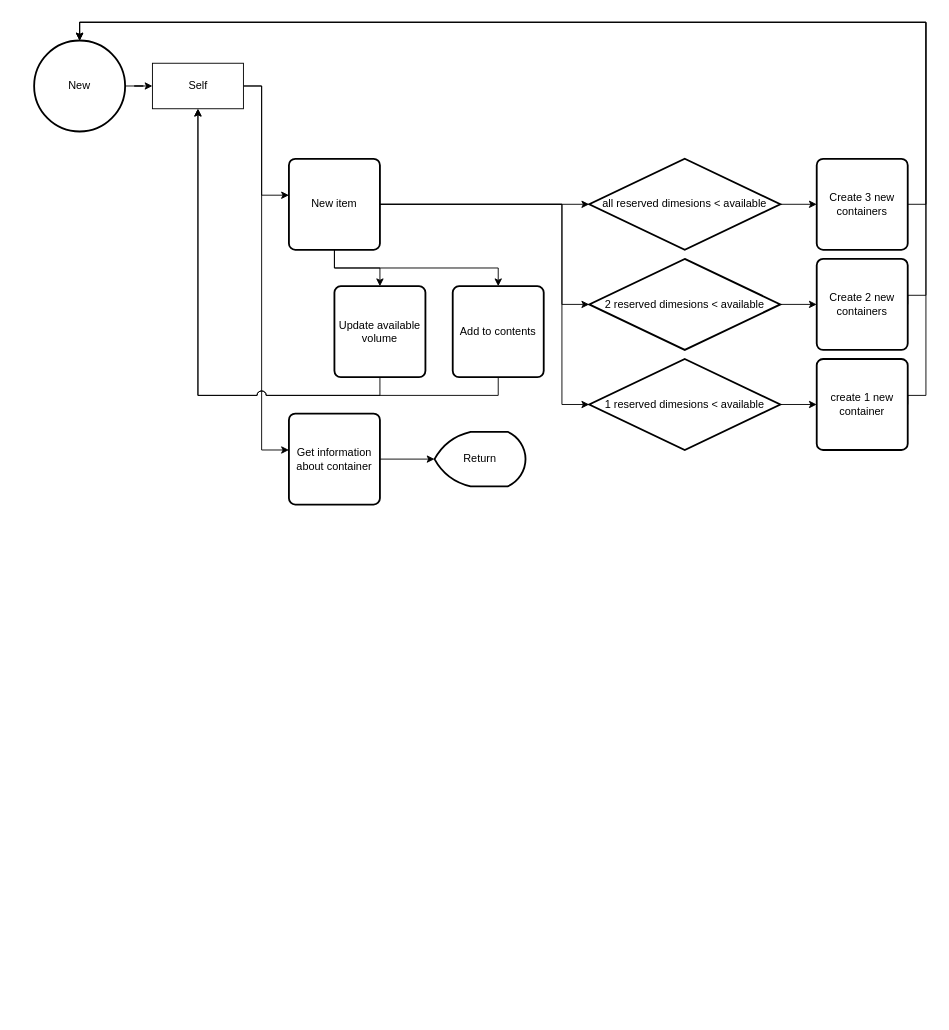
The draw.io diagram Notes/Container.drawio in perryBunn/senior-design, before the edit. Source tidied: cells renumbered, new cells numbered last; positions are measured from the earlier drawing's top-left corner, leaving out a move shared by most shapes. Both pictures are drawn from the tidied source at 91%, with x=0, y=0 at pixel (34, 22).
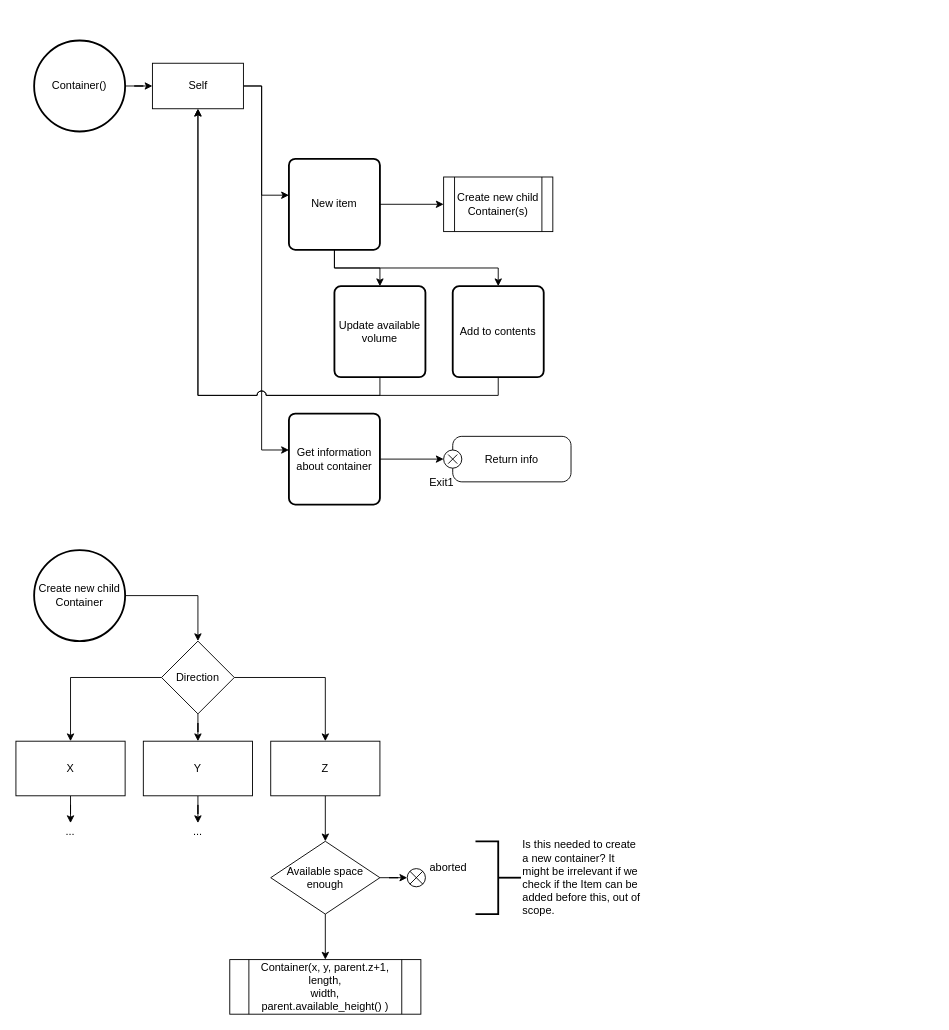
The same page after the edit.

Commit message (it also covers changes not shown here):
ADDITION: Starting to test Container and Item integration

Unchanged cells that the change refers to:
```xml
<mxCell id="21" value="New item" style="rounded=1;whiteSpace=wrap;html=1;absoluteArcSize=1;arcSize=14;strokeWidth=2;" parent="1" vertex="1">
  <mxGeometry x="280" y="150" width="100" height="100" as="geometry" />
</mxCell>
<mxCell id="29" value="Get information&lt;br&gt;about container" style="rounded=1;whiteSpace=wrap;html=1;absoluteArcSize=1;arcSize=14;strokeWidth=2;" parent="1" vertex="1">
  <mxGeometry x="280" y="430" width="100" height="100" as="geometry" />
</mxCell>
```

What changed in the source:
```diff
@@
-    <mxCell id="3" value="New" style="strokeWidth=2;html=1;shape=mxgraph.flowchart.start_2;whiteSpace=wrap;" parent="1" vertex="1">
+    <mxCell id="3" value="Container()" style="strokeWidth=2;html=1;shape=mxgraph.flowchart.start_2;whiteSpace=wrap;" parent="1" vertex="1">
       <mxGeometry y="20" width="100" height="100" as="geometry" />
     </mxCell>
-    <mxCell id="4" style="edgeStyle=orthogonalEdgeStyle;rounded=0;jettySize=auto;html=1;" parent="1" edge="1" source="5" target="13">
-      <mxGeometry relative="1" as="geometry" />
-    </mxCell>
-    <mxCell id="5" value="all reserved dimesions &amp;lt; available" style="strokeWidth=2;html=1;shape=mxgraph.flowchart.decision;whiteSpace=wrap;" parent="1" vertex="1">
-      <mxGeometry x="610" y="150" width="210" height="100" as="geometry" />
-    </mxCell>
-    <mxCell id="6" style="edgeStyle=orthogonalEdgeStyle;rounded=0;jettySize=auto;html=1;" parent="1" edge="1" source="7" target="11">
-      <mxGeometry relative="1" as="geometry" />
-    </mxCell>
-    <mxCell id="7" value="2 reserved dimesions &amp;lt; available" style="strokeWidth=2;html=1;shape=mxgraph.flowchart.decision;whiteSpace=wrap;" parent="1" vertex="1">
-      <mxGeometry x="610" y="260" width="210" height="100" as="geometry" />
-    </mxCell>
-    <mxCell id="8" style="edgeStyle=orthogonalEdgeStyle;rounded=0;jettySize=auto;html=1;" parent="1" edge="1" source="9" target="15">
-      <mxGeometry relative="1" as="geometry" />
-    </mxCell>
-    <mxCell id="9" value="1 reserved dimesions &amp;lt; available" style="strokeWidth=2;html=1;shape=mxgraph.flowchart.decision;whiteSpace=wrap;" parent="1" vertex="1">
-      <mxGeometry x="610" y="370" width="210" height="100" as="geometry" />
-    </mxCell>
-    <mxCell id="10" style="edgeStyle=orthogonalEdgeStyle;rounded=0;jettySize=auto;html=1;exitX=1;exitY=0.5;exitDx=0;exitDy=0;" parent="1" edge="1" source="11" target="3">
-      <mxGeometry relative="1" as="geometry">
-        <Array as="points">
-          <mxPoint x="960" y="300" />
-          <mxPoint x="980" y="300" />
-          <mxPoint x="980" />
-          <mxPoint x="50" />
-        </Array>
-      </mxGeometry>
-    </mxCell>
-    <mxCell id="11" value="Create 2 new containers" style="rounded=1;whiteSpace=wrap;html=1;absoluteArcSize=1;arcSize=14;strokeWidth=2;" parent="1" vertex="1">
-      <mxGeometry x="860" y="260" width="100" height="100" as="geometry" />
-    </mxCell>
-    <mxCell id="12" style="edgeStyle=orthogonalEdgeStyle;rounded=0;jettySize=auto;html=1;exitX=1;exitY=0.5;exitDx=0;exitDy=0;entryX=0.5;entryY=0;entryDx=0;entryDy=0;entryPerimeter=0;" parent="1" edge="1" source="13" target="3">
-      <mxGeometry relative="1" as="geometry" />
-    </mxCell>
-    <mxCell id="13" value="Create 3 new containers" style="rounded=1;whiteSpace=wrap;html=1;absoluteArcSize=1;arcSize=14;strokeWidth=2;" parent="1" vertex="1">
-      <mxGeometry x="860" y="150" width="100" height="100" as="geometry" />
-    </mxCell>
-    <mxCell id="14" style="edgeStyle=orthogonalEdgeStyle;rounded=0;jettySize=auto;html=1;exitX=1;exitY=0.5;exitDx=0;exitDy=0;" parent="1" edge="1" source="15" target="3">
-      <mxGeometry relative="1" as="geometry">
-        <Array as="points">
-          <mxPoint x="960" y="410" />
-          <mxPoint x="980" y="410" />
-          <mxPoint x="980" />
-          <mxPoint x="50" />
-        </Array>
-      </mxGeometry>
-    </mxCell>
-    <mxCell id="15" value="create 1 new container" style="rounded=1;whiteSpace=wrap;html=1;absoluteArcSize=1;arcSize=14;strokeWidth=2;" parent="1" vertex="1">
-      <mxGeometry x="860" y="370" width="100" height="100" as="geometry" />
-    </mxCell>
@@
-    <mxCell id="18" style="edgeStyle=orthogonalEdgeStyle;rounded=0;jumpStyle=arc;jumpSize=10;jettySize=auto;html=1;" parent="1" edge="1" source="21" target="5">
-      <mxGeometry relative="1" as="geometry" />
-    </mxCell>
-    <mxCell id="19" style="edgeStyle=orthogonalEdgeStyle;rounded=0;jumpStyle=arc;jumpSize=10;jettySize=auto;html=1;" parent="1" edge="1" source="21" target="7">
-      <mxGeometry relative="1" as="geometry">
-        <Array as="points">
-          <mxPoint x="580" y="200" />
-          <mxPoint x="580" y="310" />
-        </Array>
-      </mxGeometry>
-    </mxCell>
-    <mxCell id="20" style="edgeStyle=orthogonalEdgeStyle;rounded=0;jumpStyle=arc;jumpSize=10;jettySize=auto;html=1;" parent="1" edge="1" source="21" target="9">
-      <mxGeometry relative="1" as="geometry">
-        <Array as="points">
-          <mxPoint x="580" y="200" />
-          <mxPoint x="580" y="420" />
-        </Array>
-      </mxGeometry>
-    </mxCell>
+    <mxCell id="32" style="edgeStyle=orthogonalEdgeStyle;rounded=0;jettySize=auto;html=1;" parent="1" edge="1" source="21" target="53">
+      <mxGeometry relative="1" as="geometry" />
+    </mxCell>
@@
-    <mxCell id="28" style="edgeStyle=orthogonalEdgeStyle;rounded=0;jumpStyle=arc;jumpSize=10;jettySize=auto;html=1;" parent="1" edge="1" source="29" target="30">
-      <mxGeometry relative="1" as="geometry" />
-    </mxCell>
+    <mxCell id="33" style="edgeStyle=orthogonalEdgeStyle;rounded=0;jettySize=auto;html=1;" parent="1" edge="1" source="29" target="51">
+      <mxGeometry relative="1" as="geometry" />
+    </mxCell>
@@
-    <mxCell id="30" value="Return" style="strokeWidth=2;html=1;shape=mxgraph.flowchart.display;whiteSpace=wrap;" parent="1" vertex="1">
-      <mxGeometry x="440" y="450" width="100" height="60" as="geometry" />
-    </mxCell>
@@
+    <mxCell id="34" style="edgeStyle=orthogonalEdgeStyle;rounded=0;jettySize=auto;html=1;" parent="1" edge="1" source="37" target="39">
+      <mxGeometry relative="1" as="geometry" />
+    </mxCell>
+    <mxCell id="35" style="edgeStyle=orthogonalEdgeStyle;rounded=0;jettySize=auto;html=1;" parent="1" edge="1" source="37" target="41">
+      <mxGeometry relative="1" as="geometry" />
+    </mxCell>
+    <mxCell id="36" style="edgeStyle=orthogonalEdgeStyle;rounded=0;jettySize=auto;html=1;" parent="1" edge="1" source="37" target="43">
+      <mxGeometry relative="1" as="geometry" />
+    </mxCell>
+    <mxCell id="37" value="Direction" style="rhombus;whiteSpace=wrap;html=1;" parent="1" vertex="1">
+      <mxGeometry x="140" y="680" width="80" height="80" as="geometry" />
+    </mxCell>
+    <mxCell id="38" style="edgeStyle=orthogonalEdgeStyle;rounded=0;jettySize=auto;html=1;" parent="1" edge="1" source="39" target="45">
+      <mxGeometry relative="1" as="geometry" />
+    </mxCell>
+    <mxCell id="39" value="Y" style="rounded=0;whiteSpace=wrap;html=1;" parent="1" vertex="1">
+      <mxGeometry x="120" y="790" width="120" height="60" as="geometry" />
+    </mxCell>
+    <mxCell id="40" style="edgeStyle=orthogonalEdgeStyle;rounded=0;jettySize=auto;html=1;" parent="1" edge="1" source="41" target="44">
+      <mxGeometry relative="1" as="geometry" />
+    </mxCell>
+    <mxCell id="41" value="X" style="rounded=0;whiteSpace=wrap;html=1;" parent="1" vertex="1">
+      <mxGeometry x="-20" y="790" width="120" height="60" as="geometry" />
+    </mxCell>
+    <mxCell id="42" style="edgeStyle=orthogonalEdgeStyle;rounded=0;jettySize=auto;html=1;" parent="1" edge="1" source="43" target="48">
+      <mxGeometry relative="1" as="geometry" />
+    </mxCell>
+    <mxCell id="43" value="Z" style="rounded=0;whiteSpace=wrap;html=1;" parent="1" vertex="1">
+      <mxGeometry x="260" y="790" width="120" height="60" as="geometry" />
+    </mxCell>
+    <mxCell id="44" value="..." style="text;html=1;strokeColor=none;fillColor=none;align=center;verticalAlign=middle;whiteSpace=wrap;rounded=0;" parent="1" vertex="1">
+      <mxGeometry x="20" y="880" width="40" height="20" as="geometry" />
+    </mxCell>
+    <mxCell id="45" value="..." style="text;html=1;strokeColor=none;fillColor=none;align=center;verticalAlign=middle;whiteSpace=wrap;rounded=0;" parent="1" vertex="1">
+      <mxGeometry x="160" y="880" width="40" height="20" as="geometry" />
+    </mxCell>
+    <mxCell id="46" style="edgeStyle=orthogonalEdgeStyle;rounded=0;jettySize=auto;html=1;" parent="1" edge="1" source="48" target="49">
+      <mxGeometry relative="1" as="geometry" />
+    </mxCell>
+    <mxCell id="47" style="edgeStyle=orthogonalEdgeStyle;rounded=0;jettySize=auto;html=1;" parent="1" edge="1" source="48" target="50">
+      <mxGeometry relative="1" as="geometry" />
+    </mxCell>
+    <mxCell id="48" value="Available space enough" style="rhombus;whiteSpace=wrap;html=1;" parent="1" vertex="1">
+      <mxGeometry x="260" y="900" width="120" height="80" as="geometry" />
+    </mxCell>
+    <mxCell id="49" value="aborted" style="shape=mxgraph.sysml.flowFinal;labelPosition=right;verticalLabelPosition=top;spacingTop=5;spacingLeft=3;align=left;verticalAlign=top;" parent="1" vertex="1">
+      <mxGeometry x="410" y="930" width="20" height="20" as="geometry" />
+    </mxCell>
+    <mxCell id="50" value="Container(x, y, parent.z+1,&lt;br&gt;length,&lt;br&gt;width, &lt;br&gt;parent.available_height() )" style="shape=process;whiteSpace=wrap;html=1;backgroundOutline=1;" parent="1" vertex="1">
+      <mxGeometry x="215" y="1030" width="210" height="60" as="geometry" />
+    </mxCell>
+    <mxCell id="51" value="Return info" style="shape=umlState;rounded=1;verticalAlign=middle;spacingTop=0;absoluteArcSize=1;arcSize=10;umlStateConnection=connPointRefExit;boundedLbl=1;" parent="1" vertex="1">
+      <mxGeometry x="450" y="455" width="140" height="50" as="geometry" />
+    </mxCell>
+    <mxCell id="52" value="Exit1" style="text;verticalAlign=middle;align=center;" parent="1" vertex="1">
+      <mxGeometry x="423" y="495" width="50" height="20" as="geometry" />
+    </mxCell>
+    <mxCell id="53" value="Create new child Container(s)" style="shape=process;whiteSpace=wrap;html=1;backgroundOutline=1;" parent="1" vertex="1">
+      <mxGeometry x="450" y="170" width="120" height="60" as="geometry" />
+    </mxCell>
+    <mxCell id="54" style="edgeStyle=orthogonalEdgeStyle;rounded=0;jettySize=auto;html=1;entryX=0.5;entryY=0;entryDx=0;entryDy=0;" parent="1" edge="1" source="55" target="37">
+      <mxGeometry relative="1" as="geometry" />
+    </mxCell>
+    <mxCell id="55" value="Create new child Container" style="strokeWidth=2;html=1;shape=mxgraph.flowchart.start_2;whiteSpace=wrap;" parent="1" vertex="1">
+      <mxGeometry y="580" width="100" height="100" as="geometry" />
+    </mxCell>
+    <mxCell id="56" style="strokeWidth=2;html=1;shape=mxgraph.flowchart.annotation_2;align=left;labelPosition=right;direction=west;" parent="1" vertex="1">
+      <mxGeometry x="485" y="900" width="50" height="80" as="geometry" />
+    </mxCell>
+    <mxCell id="57" value="Is this needed to create a new container? It might be irrelevant if we check if the Item can be added before this, out of scope." style="text;html=1;strokeColor=none;fillColor=none;align=left;verticalAlign=middle;whiteSpace=wrap;rounded=0;" parent="1" vertex="1">
+      <mxGeometry x="535" y="900" width="135" height="80" as="geometry" />
+    </mxCell>
```
